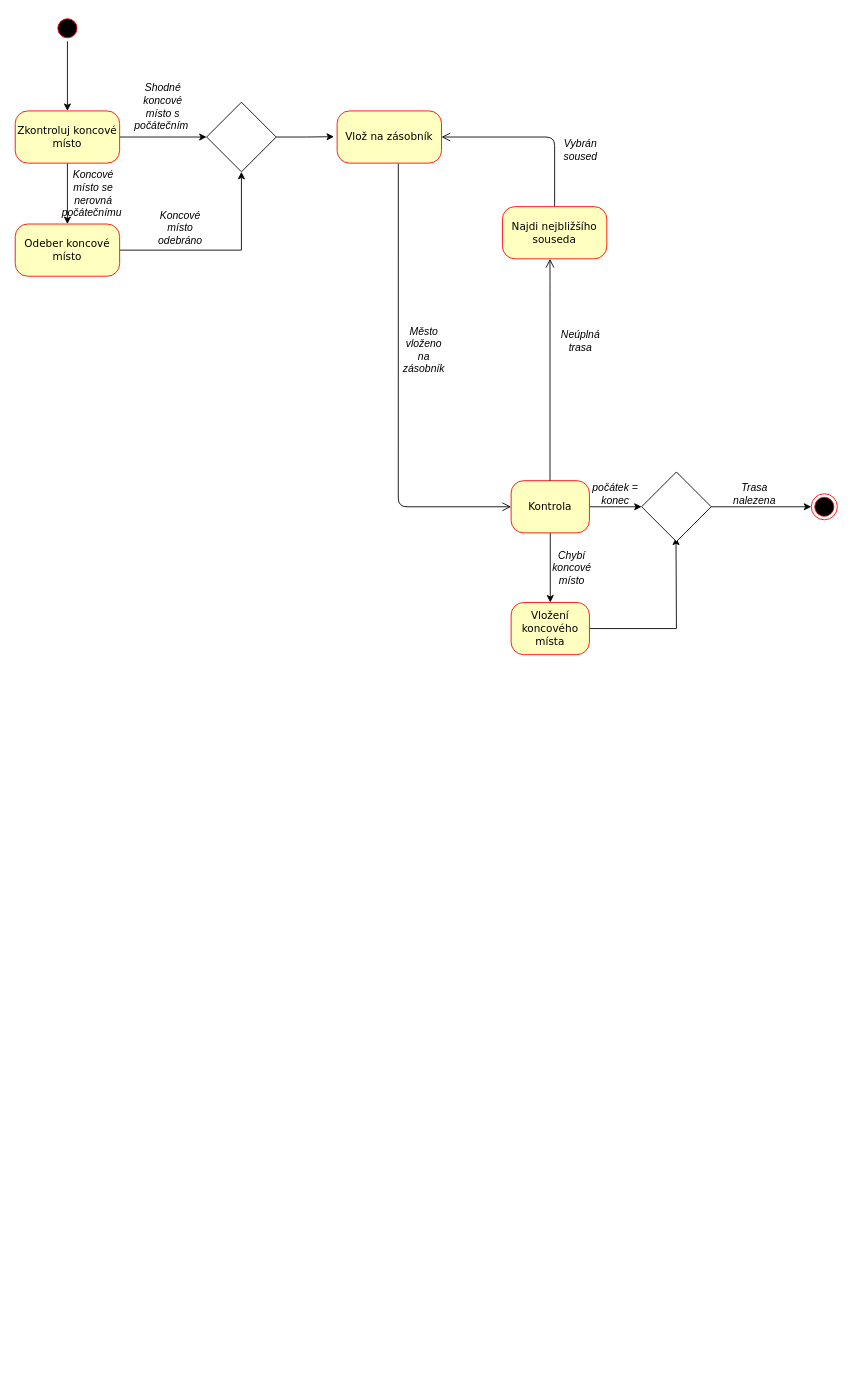
This is StateDiagram.drawio from KristyFromEarth/UML, a draw.io file, before an edit. Source tidied: cells renumbered, new cells numbered last; positions are measured from the earlier drawing's top-left corner, leaving out a move shared by most shapes. Both pictures are drawn from the tidied source at 87%, with x=0, y=0 at pixel (15, 15).
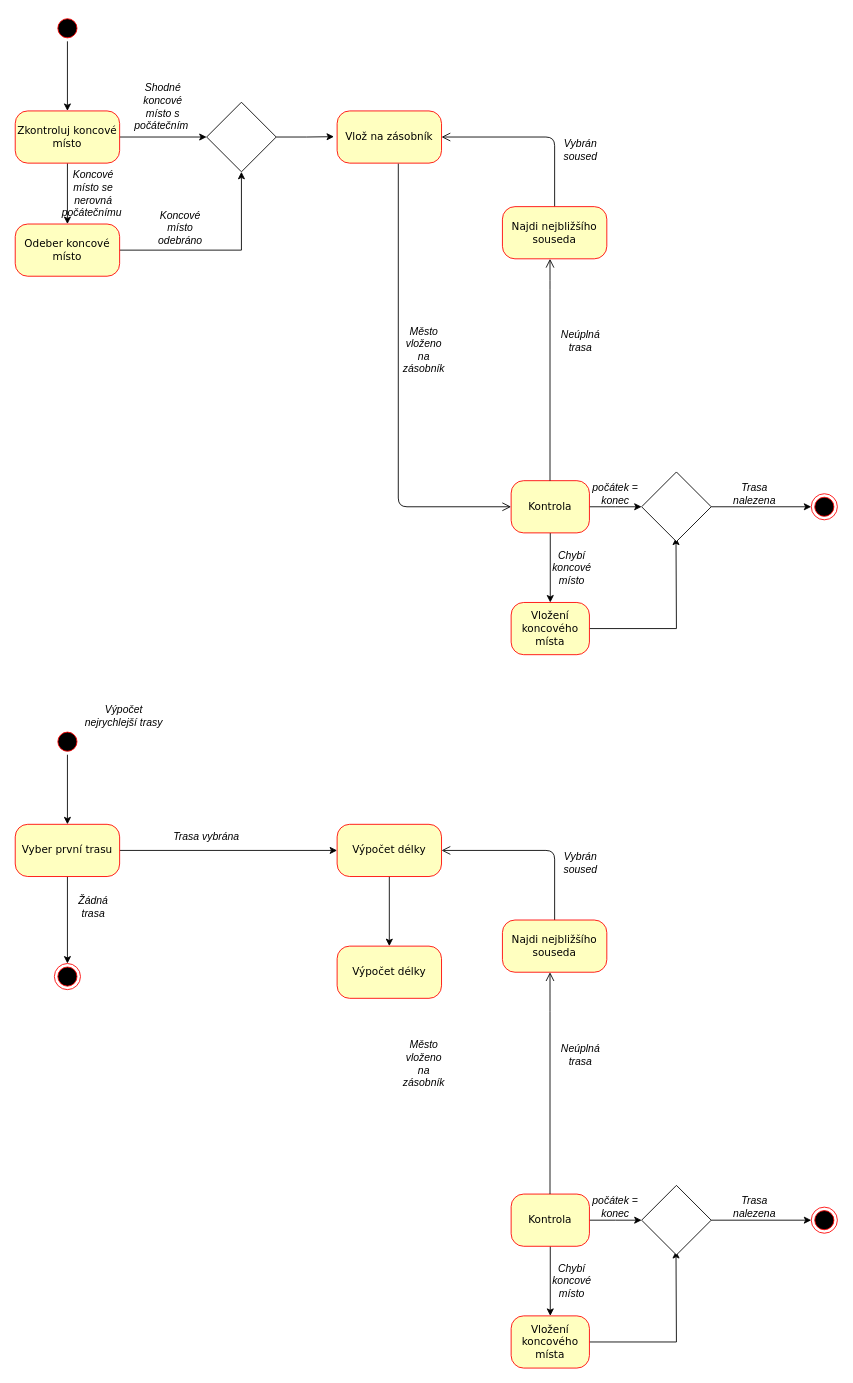
The same diagram, later.

Commit message:
12.11. rozpracováný druhý stavový diagram StateDiagram.drawio

Diff of the diagram source:
```diff
@@
+    <mxCell id="33" style="edgeStyle=orthogonalEdgeStyle;rounded=0;jettySize=auto;html=1;entryX=0.5;entryY=0;entryDx=0;entryDy=0;strokeColor=#000000;" parent="1" edge="1" source="34" target="56">
+      <mxGeometry relative="1" as="geometry" />
+    </mxCell>
+    <mxCell id="34" style="ellipse;html=1;shape=startState;fillColor=#000000;strokeColor=#ff0000;rounded=1;shadow=0;comic=0;labelBackgroundColor=none;fontFamily=Verdana;fontSize=12;fontColor=#000000;align=center;direction=south;" parent="1" vertex="1">
+      <mxGeometry x="45" y="820" width="30" height="30" as="geometry" />
+    </mxCell>
+    <mxCell id="35" style="edgeStyle=orthogonalEdgeStyle;rounded=0;jettySize=auto;html=1;entryX=0.494;entryY=0.944;entryDx=0;entryDy=0;exitX=1;exitY=0.5;exitDx=0;exitDy=0;entryPerimeter=0;" parent="1" edge="1" source="49">
+      <mxGeometry relative="1" as="geometry">
+        <mxPoint x="759.5" y="1420.5" as="targetPoint" />
+      </mxGeometry>
+    </mxCell>
+    <mxCell id="36" style="edgeStyle=orthogonalEdgeStyle;rounded=0;jettySize=auto;html=1;" parent="1" edge="1" source="38" target="49">
+      <mxGeometry relative="1" as="geometry" />
+    </mxCell>
+    <mxCell id="37" style="edgeStyle=orthogonalEdgeStyle;rounded=0;jettySize=auto;html=1;" parent="1" edge="1" source="38">
+      <mxGeometry relative="1" as="geometry">
+        <mxPoint x="720" y="1385" as="targetPoint" />
+      </mxGeometry>
+    </mxCell>
+    <mxCell id="38" value="Kontrola" style="rounded=1;whiteSpace=wrap;html=1;arcSize=24;fillColor=#ffffc0;strokeColor=#ff0000;shadow=0;comic=0;labelBackgroundColor=none;fontFamily=Verdana;fontSize=12;fontColor=#000000;align=center;" parent="1" vertex="1">
+      <mxGeometry x="570" y="1355" width="90" height="60" as="geometry" />
+    </mxCell>
+    <mxCell id="39" style="edgeStyle=orthogonalEdgeStyle;rounded=0;jettySize=auto;html=1;strokeColor=#000000;" parent="1" edge="1" source="40" target="60">
+      <mxGeometry relative="1" as="geometry" />
+    </mxCell>
+    <mxCell id="40" value="Výpočet délky" style="rounded=1;whiteSpace=wrap;html=1;arcSize=24;fillColor=#ffffc0;strokeColor=#ff0000;shadow=0;comic=0;labelBackgroundColor=none;fontFamily=Verdana;fontSize=12;fontColor=#000000;align=center;" parent="1" vertex="1">
+      <mxGeometry x="370" y="930" width="120" height="60" as="geometry" />
+    </mxCell>
+    <mxCell id="41" style="edgeStyle=orthogonalEdgeStyle;html=1;labelBackgroundColor=none;endArrow=open;endSize=8;strokeColor=#000000;fontFamily=Verdana;fontSize=12;align=left;exitX=0.5;exitY=0;exitDx=0;exitDy=0;entryX=1;entryY=0.5;entryDx=0;entryDy=0;" parent="1" edge="1" source="46" target="40">
+      <mxGeometry relative="1" as="geometry">
+        <Array as="points">
+          <mxPoint x="620" y="960" />
+        </Array>
+      </mxGeometry>
+    </mxCell>
+    <mxCell id="42" style="edgeStyle=orthogonalEdgeStyle;html=1;labelBackgroundColor=none;endArrow=open;endSize=8;strokeColor=#000000;fontFamily=Verdana;fontSize=12;align=left;" parent="1" edge="1">
+      <mxGeometry relative="1" as="geometry">
+        <mxPoint x="614.7" y="1355" as="sourcePoint" />
+        <mxPoint x="614.7" y="1100" as="targetPoint" />
+        <Array as="points">
+          <mxPoint x="614.7" y="1135" />
+        </Array>
+      </mxGeometry>
+    </mxCell>
+    <mxCell id="43" style="edgeStyle=orthogonalEdgeStyle;rounded=0;jettySize=auto;html=1;exitX=1;exitY=0.5;exitDx=0;exitDy=0;" parent="1" edge="1" source="50" target="51">
+      <mxGeometry relative="1" as="geometry" />
+    </mxCell>
+    <mxCell id="44" value="&lt;i&gt;Neúplná trasa&lt;/i&gt;" style="text;html=1;strokeColor=none;fillColor=none;align=center;verticalAlign=middle;whiteSpace=wrap;rounded=0;" parent="1" vertex="1">
+      <mxGeometry x="620" y="1180" width="60" height="30" as="geometry" />
+    </mxCell>
+    <mxCell id="45" value="&lt;i&gt;Město vloženo na zásobník&lt;/i&gt;" style="text;html=1;strokeColor=none;fillColor=none;align=center;verticalAlign=middle;whiteSpace=wrap;rounded=0;" parent="1" vertex="1">
+      <mxGeometry x="440" y="1190" width="60" height="30" as="geometry" />
+    </mxCell>
+    <mxCell id="46" value="Najdi nejbližšího souseda" style="rounded=1;whiteSpace=wrap;html=1;arcSize=24;fillColor=#ffffc0;strokeColor=#ff0000;shadow=0;comic=0;labelBackgroundColor=none;fontFamily=Verdana;fontSize=12;fontColor=#000000;align=center;" parent="1" vertex="1">
+      <mxGeometry x="560" y="1040" width="120" height="60" as="geometry" />
+    </mxCell>
+    <mxCell id="47" value="&lt;i&gt;Trasa nalezena&lt;/i&gt;" style="text;html=1;strokeColor=none;fillColor=none;align=center;verticalAlign=middle;whiteSpace=wrap;rounded=0;" parent="1" vertex="1">
+      <mxGeometry x="820" y="1355" width="60" height="30" as="geometry" />
+    </mxCell>
+    <mxCell id="48" value="&lt;i&gt;Vybrán soused&lt;/i&gt;" style="text;html=1;strokeColor=none;fillColor=none;align=center;verticalAlign=middle;whiteSpace=wrap;rounded=0;" parent="1" vertex="1">
+      <mxGeometry x="620" y="960" width="60" height="30" as="geometry" />
+    </mxCell>
+    <mxCell id="49" value="Vložení koncového místa" style="rounded=1;whiteSpace=wrap;html=1;arcSize=24;fillColor=#ffffc0;strokeColor=#ff0000;shadow=0;comic=0;labelBackgroundColor=none;fontFamily=Verdana;fontSize=12;fontColor=#000000;align=center;" parent="1" vertex="1">
+      <mxGeometry x="570" y="1495" width="90" height="60" as="geometry" />
+    </mxCell>
+    <mxCell id="50" style="rhombus;whiteSpace=wrap;html=1;" parent="1" vertex="1">
+      <mxGeometry x="720" y="1345" width="80" height="80" as="geometry" />
+    </mxCell>
+    <mxCell id="51" style="ellipse;html=1;shape=endState;fillColor=#000000;strokeColor=#ff0000;" parent="1" vertex="1">
+      <mxGeometry x="915" y="1370" width="30" height="30" as="geometry" />
+    </mxCell>
+    <mxCell id="52" value="&lt;i&gt;Chybí koncové místo&lt;/i&gt;" style="text;html=1;strokeColor=none;fillColor=none;align=center;verticalAlign=middle;whiteSpace=wrap;rounded=0;" parent="1" vertex="1">
+      <mxGeometry x="610" y="1440" width="60" height="30" as="geometry" />
+    </mxCell>
+    <mxCell id="53" value="&lt;i&gt;počátek = konec&lt;/i&gt;" style="text;html=1;strokeColor=none;fillColor=none;align=center;verticalAlign=middle;whiteSpace=wrap;rounded=0;" parent="1" vertex="1">
+      <mxGeometry x="660" y="1355" width="60" height="30" as="geometry" />
+    </mxCell>
+    <mxCell id="54" style="edgeStyle=orthogonalEdgeStyle;rounded=0;jettySize=auto;html=1;strokeColor=#000000;entryX=0.5;entryY=0;entryDx=0;entryDy=0;" parent="1" edge="1" source="56" target="59">
+      <mxGeometry relative="1" as="geometry" />
+    </mxCell>
+    <mxCell id="55" style="edgeStyle=orthogonalEdgeStyle;rounded=0;jettySize=auto;html=1;strokeColor=#000000;entryX=0;entryY=0.5;entryDx=0;entryDy=0;" parent="1" edge="1" source="56" target="40">
+      <mxGeometry relative="1" as="geometry" />
+    </mxCell>
+    <mxCell id="56" value="Vyber první trasu" style="rounded=1;whiteSpace=wrap;html=1;arcSize=24;fillColor=#ffffc0;strokeColor=#ff0000;shadow=0;comic=0;labelBackgroundColor=none;fontFamily=Verdana;fontSize=12;fontColor=#000000;align=center;" parent="1" vertex="1">
+      <mxGeometry y="930" width="120" height="60" as="geometry" />
+    </mxCell>
+    <mxCell id="57" value="&lt;i&gt;Trasa vybrána&lt;/i&gt;" style="text;html=1;strokeColor=none;fillColor=none;align=center;verticalAlign=middle;whiteSpace=wrap;rounded=0;" parent="1" vertex="1">
+      <mxGeometry x="170" y="930" width="100" height="30" as="geometry" />
+    </mxCell>
+    <mxCell id="58" value="&lt;i&gt;Žádná trasa&lt;/i&gt;" style="text;html=1;strokeColor=none;fillColor=none;align=center;verticalAlign=middle;whiteSpace=wrap;rounded=0;" parent="1" vertex="1">
+      <mxGeometry x="60" y="1010" width="60" height="30" as="geometry" />
+    </mxCell>
+    <mxCell id="59" style="ellipse;html=1;shape=endState;fillColor=#000000;strokeColor=#ff0000;" parent="1" vertex="1">
+      <mxGeometry x="45" y="1090" width="30" height="30" as="geometry" />
+    </mxCell>
+    <mxCell id="60" value="Výpočet délky" style="rounded=1;whiteSpace=wrap;html=1;arcSize=24;fillColor=#ffffc0;strokeColor=#ff0000;shadow=0;comic=0;labelBackgroundColor=none;fontFamily=Verdana;fontSize=12;fontColor=#000000;align=center;" parent="1" vertex="1">
+      <mxGeometry x="370" y="1070" width="120" height="60" as="geometry" />
+    </mxCell>
+    <mxCell id="61" value="&lt;i&gt;Výpočet nejrychlejší trasy&lt;/i&gt;" style="text;html=1;strokeColor=none;fillColor=none;align=center;verticalAlign=middle;whiteSpace=wrap;rounded=0;" parent="1" vertex="1">
+      <mxGeometry x="75" y="790" width="100" height="30" as="geometry" />
+    </mxCell>
```
